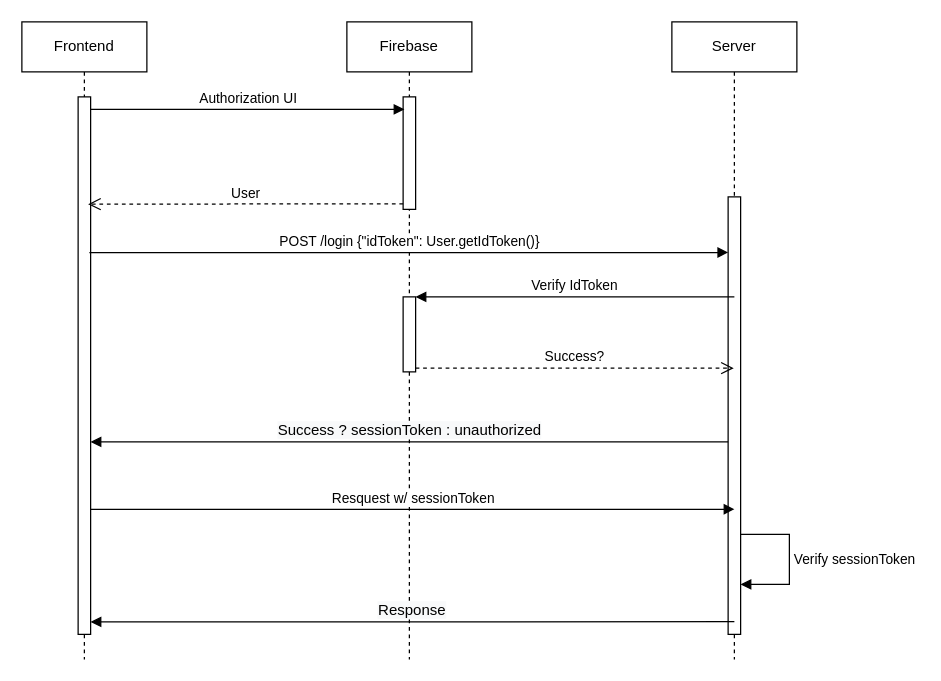
CPTR450-Diplomacy/backend keeps this draw.io diagram as docs/authentication.drawio. Above is the earlier version. Source tidied: cells renumbered, new cells numbered last; positions are measured from the earlier drawing's top-left corner, leaving out a move shared by most shapes. Both pictures are drawn from the tidied source at 125%, with x=0, y=0 at pixel (21, 21).
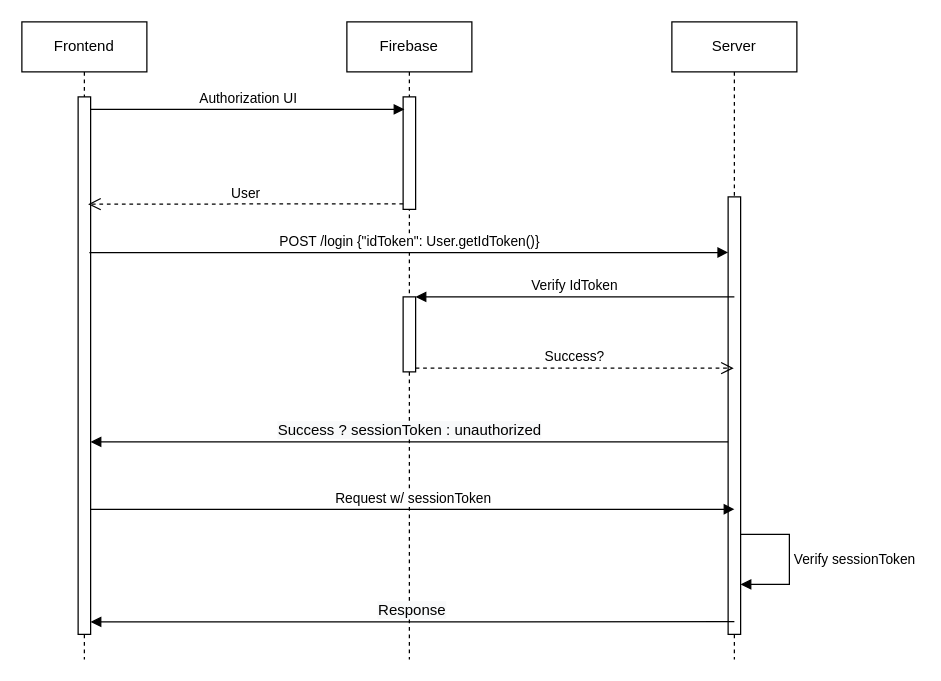
The same diagram, later.

Unchanged cells that the change refers to:
```xml
<mxCell id="9" style="html=1;points=[];perimeter=orthogonalPerimeter;" parent="1" vertex="1">
  <mxGeometry x="565" y="140" width="10" height="350" as="geometry" />
</mxCell>
```

Change to the diagram source:
```diff
@@
-    <mxCell id="15" value="Resquest w/ sessionToken" style="html=1;verticalAlign=bottom;endArrow=block;entryX=0.5;entryY=0.714;entryDx=0;entryDy=0;entryPerimeter=0;" parent="1" edge="1" target="9">
+    <mxCell id="15" value="Request w/ sessionToken" style="html=1;verticalAlign=bottom;endArrow=block;entryX=0.5;entryY=0.714;entryDx=0;entryDy=0;entryPerimeter=0;" parent="1" edge="1" target="9">
       <mxGeometry relative="1" as="geometry">
         <mxPoint x="55" y="390" as="sourcePoint" />
       </mxGeometry>
     </mxCell>
```
